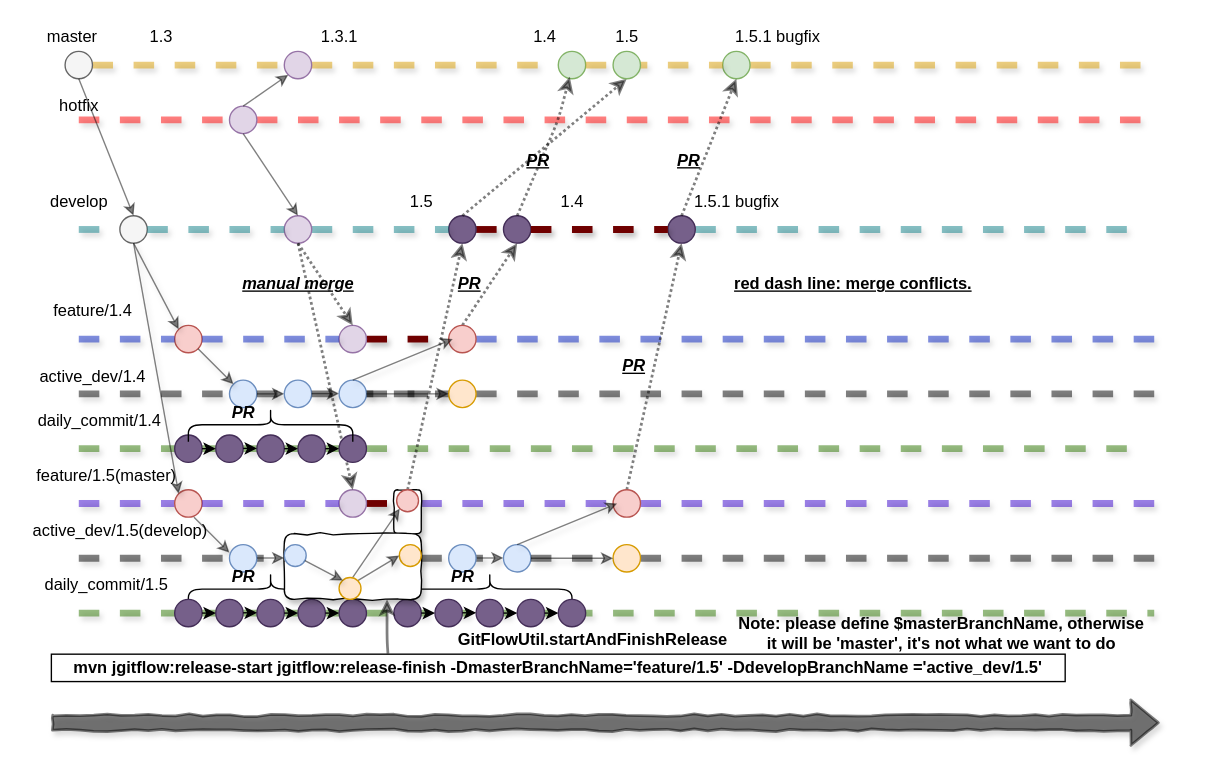
Above: page "Page-2" (2 of 2) of Untitled Diagram.drawio in anoyo-lin/domain-cdn-learning (draw.io), before the change. Source tidied: cells renumbered, new cells numbered last; positions are measured from the earlier drawing's top-left corner, leaving out a move shared by most shapes. Both pictures are drawn from the tidied source at 137%, with x=0, y=0 at pixel (23, 23).
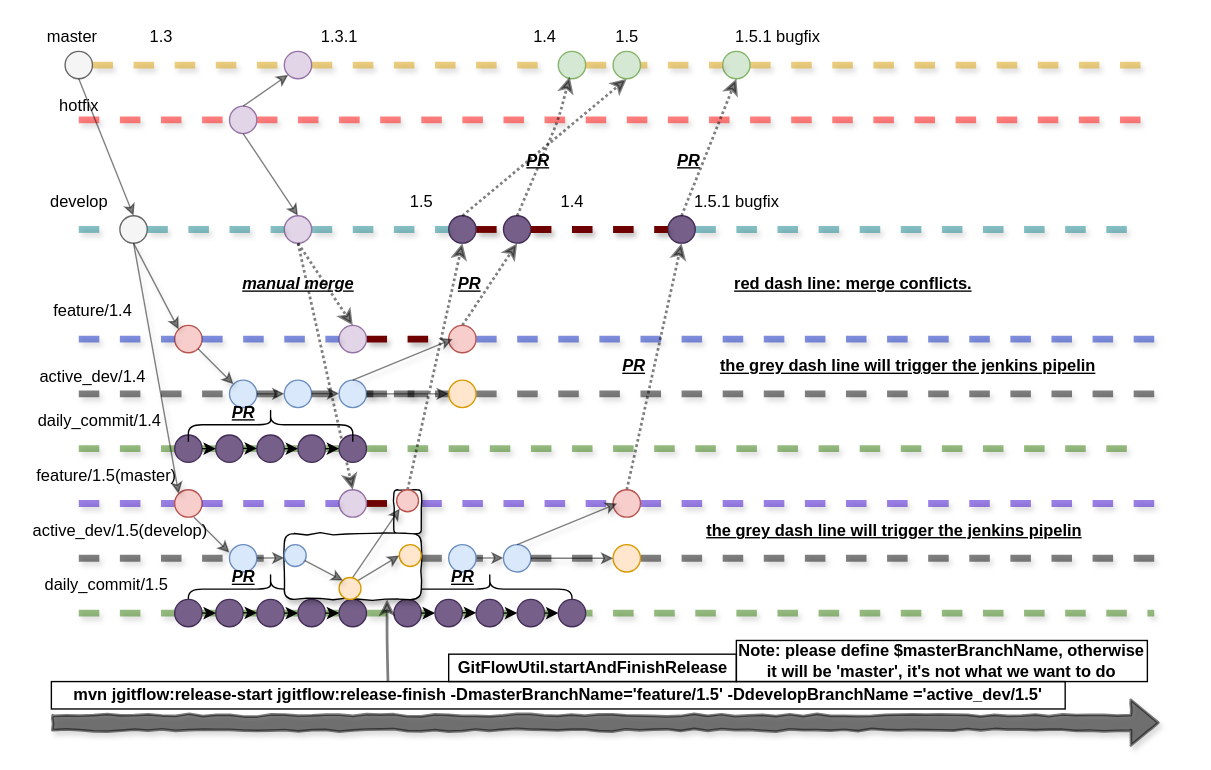
The same page after the edit.

Unchanged cells that the change refers to:
```xml
<mxCell id="120" style="shape=curlyBracket;whiteSpace=wrap;html=1;rounded=1;rotation=90;" parent="110" vertex="1">
  <mxGeometry x="57.5" y="-47.5" width="25" height="120" as="geometry" />
</mxCell>
<mxCell id="124" style="shape=curlyBracket;whiteSpace=wrap;html=1;rounded=1;rotation=90;" parent="123" vertex="1">
  <mxGeometry x="57.5" y="-47.5" width="25" height="120" as="geometry" />
</mxCell>
<mxCell id="137" style="shape=curlyBracket;whiteSpace=wrap;html=1;rounded=1;rotation=90;" parent="136" vertex="1">
  <mxGeometry x="57.5" y="-47.5" width="25" height="120" as="geometry" />
</mxCell>
```

What changed in the source:
```diff
@@
     <mxCell id="61" value="mvn jgitflow:release-start jgitflow:release-finish -DmasterBranchName='feature/1.5' -DdevelopBranchName ='active_dev/1.5'" style="text;html=1;strokeColor=#000000;fillColor=none;align=center;verticalAlign=middle;whiteSpace=wrap;rounded=0;fontStyle=1;" parent="1" vertex="1">
-      <mxGeometry x="20" y="460" width="740" height="20" as="geometry" />
+      <mxGeometry x="20" y="480" width="740" height="20" as="geometry" />
     </mxCell>
@@
-    <mxCell id="67" value="GitFlowUtil.startAndFinishRelease" style="text;html=1;align=center;verticalAlign=middle;fontStyle=1;" parent="1" vertex="1">
-      <mxGeometry x="310" y="440" width="210" height="20" as="geometry" />
+    <mxCell id="67" value="GitFlowUtil.startAndFinishRelease" style="text;html=1;align=center;verticalAlign=middle;fontStyle=1;strokeColor=#000000;" parent="1" vertex="1">
+      <mxGeometry x="310" y="460" width="210" height="20" as="geometry" />
     </mxCell>
-    <mxCell id="68" value="Note: please define $masterBranchName, otherwise it will be 'master', it's not what we want to do" style="text;html=1;strokeColor=none;fillColor=none;align=center;verticalAlign=middle;whiteSpace=wrap;rounded=0;fontStyle=1;" parent="1" vertex="1">
-      <mxGeometry x="520" y="430" width="300" height="30" as="geometry" />
+    <mxCell id="68" value="Note: please define $masterBranchName, otherwise it will be 'master', it's not what we want to do" style="text;html=1;strokeColor=#000000;fillColor=none;align=center;verticalAlign=middle;whiteSpace=wrap;rounded=0;fontStyle=1;" parent="1" vertex="1">
+      <mxGeometry x="520" y="450" width="300" height="30" as="geometry" />
     </mxCell>
@@
-    <mxCell id="121" value="&lt;b&gt;&lt;i&gt;PR&lt;/i&gt;&lt;/b&gt;" style="text;html=1;align=center;verticalAlign=middle;" parent="120" vertex="1">
+    <mxCell id="121" value="&lt;b&gt;&lt;i&gt;&lt;u&gt;PR&lt;/u&gt;&lt;/i&gt;&lt;/b&gt;" style="text;html=1;align=center;verticalAlign=middle;" parent="120" vertex="1">
       <mxGeometry x="-22.5" y="41" width="30" height="20" as="geometry" />
     </mxCell>
@@
-    <mxCell id="125" value="&lt;b&gt;&lt;i&gt;PR&lt;/i&gt;&lt;/b&gt;" style="text;html=1;align=center;verticalAlign=middle;" parent="124" vertex="1">
+    <mxCell id="125" value="&lt;b&gt;&lt;i&gt;&lt;u&gt;PR&lt;/u&gt;&lt;/i&gt;&lt;/b&gt;" style="text;html=1;align=center;verticalAlign=middle;" parent="124" vertex="1">
       <mxGeometry x="-22.5" y="41" width="30" height="20" as="geometry" />
     </mxCell>
@@
-    <mxCell id="138" value="&lt;b&gt;&lt;i&gt;PR&lt;/i&gt;&lt;/b&gt;" style="text;html=1;align=center;verticalAlign=middle;" parent="137" vertex="1">
+    <mxCell id="138" value="&lt;b&gt;&lt;i&gt;&lt;u&gt;PR&lt;/u&gt;&lt;/i&gt;&lt;/b&gt;" style="text;html=1;align=center;verticalAlign=middle;" parent="137" vertex="1">
       <mxGeometry x="-22.5" y="41" width="30" height="20" as="geometry" />
     </mxCell>
@@
+    <mxCell id="159" value="the grey dash line will trigger the jenkins pipelin" style="text;html=1;align=center;verticalAlign=middle;fontStyle=5;" parent="1" vertex="1">
+      <mxGeometry x="490" y="360" width="290" height="20" as="geometry" />
+    </mxCell>
+    <mxCell id="160" value="the grey dash line will trigger the jenkins pipelin" style="text;html=1;align=center;verticalAlign=middle;fontStyle=5;" parent="1" vertex="1">
+      <mxGeometry x="500" y="240" width="290" height="20" as="geometry" />
+    </mxCell>
```
